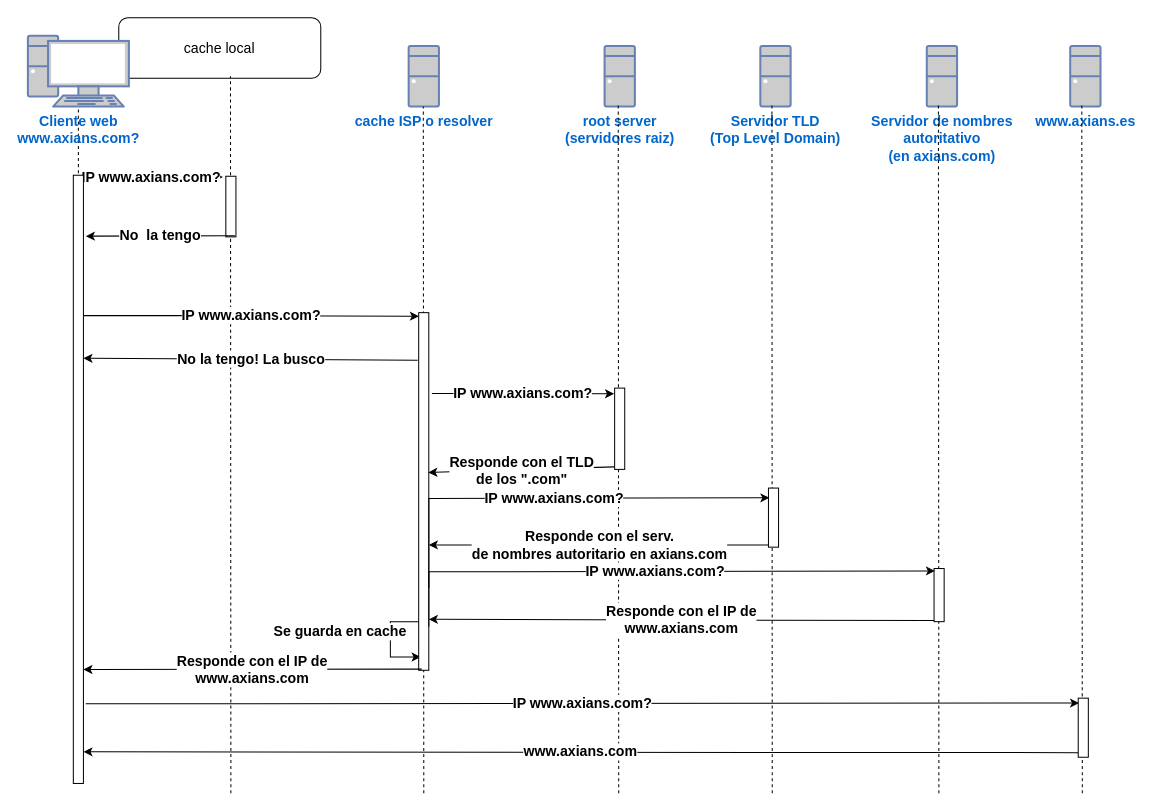
danielzamo/trunk.files keeps this draw.io diagram as dns.query.drawio. Above is the earlier version. Source tidied: cells renumbered, new cells numbered last; positions are measured from the earlier drawing's top-left corner, leaving out a move shared by most shapes. Both pictures are drawn from the tidied source at 101%, with x=0, y=0 at pixel (-226, 17).
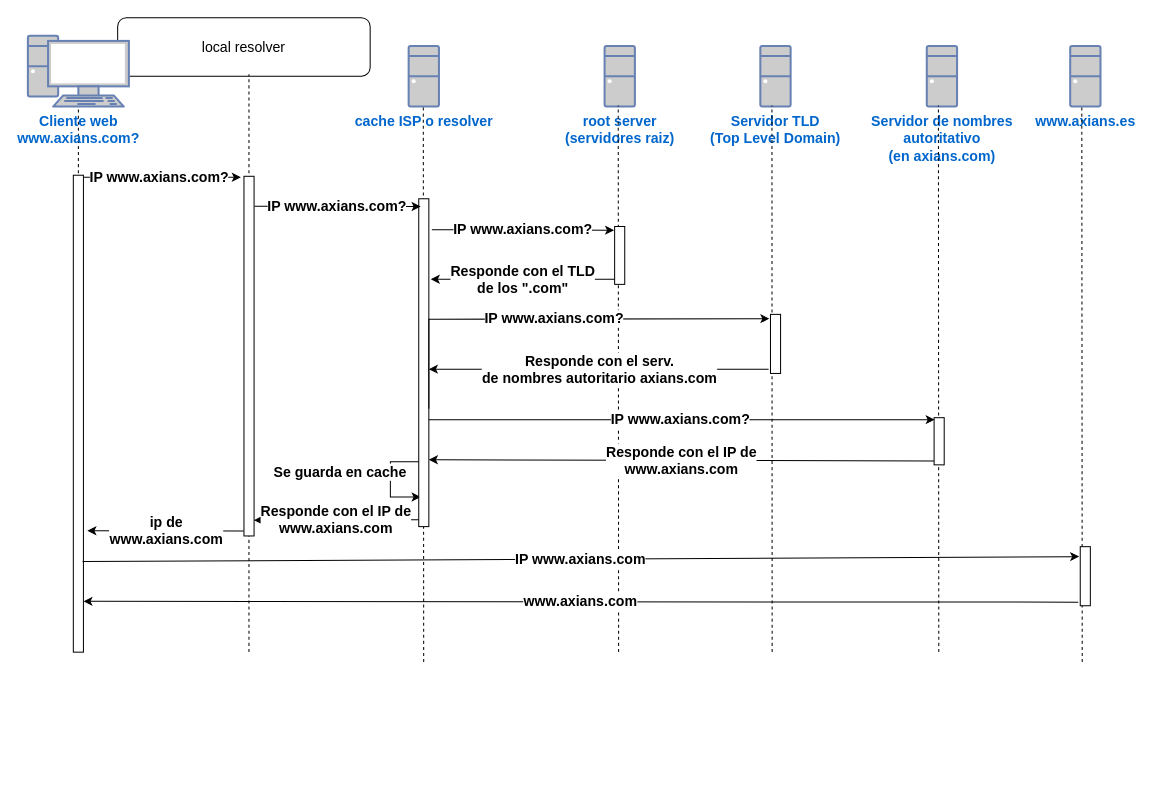
Above is the later version.

Change to the diagram source:
```diff
@@
-    <mxCell id="3" value="cache local" style="rounded=1;whiteSpace=wrap;html=1;fontSize=14;" parent="1" vertex="1">
-      <mxGeometry x="341.1" width="200" height="60" as="geometry" />
+    <mxCell id="3" value="local resolver" style="rounded=1;whiteSpace=wrap;html=1;fontSize=14;" parent="1" vertex="1">
+      <mxGeometry x="340" width="250" height="58" as="geometry" />
     </mxCell>
@@
-    <mxCell id="5" style="endArrow=none;dashed=1;html=1;entryX=0.553;entryY=0.967;entryDx=0;entryDy=0;entryPerimeter=0;" parent="1" edge="1" target="3">
+    <mxCell id="5" style="endArrow=none;dashed=1;html=1;" parent="1" edge="1">
       <mxGeometry relative="1" as="geometry">
-        <mxPoint x="452.1" y="768" as="sourcePoint" />
+        <mxPoint x="470" y="628" as="sourcePoint" />
+        <mxPoint x="470" y="56" as="targetPoint" />
       </mxGeometry>
     </mxCell>
     <mxCell id="6" style="endArrow=none;dashed=1;html=1;" parent="1" edge="1">
       <mxGeometry relative="1" as="geometry">
-        <mxPoint x="643.1" y="768" as="sourcePoint" />
+        <mxPoint x="643" y="638" as="sourcePoint" />
         <mxPoint x="642.6" y="88" as="targetPoint" />
       </mxGeometry>
     </mxCell>
-    <mxCell id="7" value="IP www.axians.com?" style="endArrow=classic;html=1;entryX=0.987;entryY=-0.286;entryDx=0;entryDy=0;entryPerimeter=0;fontStyle=1;fontSize=14;" parent="1" edge="1" target="8">
+    <mxCell id="7" value="IP www.axians.com?" style="endArrow=classic;html=1;fontStyle=1;fontSize=14;" parent="1" edge="1">
       <mxGeometry relative="1" as="geometry">
         <mxPoint x="301.1" y="158" as="sourcePoint" />
+        <mxPoint x="462" y="158" as="targetPoint" />
       </mxGeometry>
     </mxCell>
     <mxCell id="8" style="rounded=0;whiteSpace=wrap;html=1;rotation=-90;" parent="1" vertex="1">
-      <mxGeometry x="422.1" y="182" width="60" height="10" as="geometry" />
+      <mxGeometry x="292" y="330.1" width="356.1" height="10" as="geometry" />
     </mxCell>
-    <mxCell id="9" value="No&amp;nbsp; la tengo" style="endArrow=classic;html=1;exitX=0;exitY=0;exitDx=0;exitDy=0;entryX=0.827;entryY=1.238;entryDx=0;entryDy=0;entryPerimeter=0;fontStyle=1;fontSize=14;" parent="1" edge="1">
+    <mxCell id="9" value="ip de&lt;br&gt;www.axians.com" style="endArrow=classic;html=1;fontStyle=1;fontSize=14;exitX=0.014;exitY=-0.029;exitDx=0;exitDy=0;exitPerimeter=0;" parent="1" edge="1" source="8">
       <mxGeometry relative="1" as="geometry">
-        <mxPoint x="456.1" y="216" as="sourcePoint" />
-        <mxPoint x="308.5" y="216.3" as="targetPoint" />
+        <mxPoint x="310" y="508" as="targetPoint" />
       </mxGeometry>
     </mxCell>
-    <mxCell id="10" value="IP www.axians.com?" style="edgeStyle=orthogonalEdgeStyle;rounded=0;jettySize=auto;html=1;exitX=0;exitY=1;exitDx=0;exitDy=0;entryX=0.99;entryY=0.026;entryDx=0;entryDy=0;entryPerimeter=0;fontStyle=1;fontSize=14;" parent="1" edge="1" target="13">
-      <mxGeometry relative="1" as="geometry">
-        <mxPoint x="306.1" y="294" as="sourcePoint" />
-        <Array as="points">
-          <mxPoint x="306.1" y="295" />
-          <mxPoint x="401.1" y="295" />
-        </Array>
-      </mxGeometry>
-    </mxCell>
     <mxCell id="11" style="rounded=0;whiteSpace=wrap;html=1;rotation=-90;" parent="1" vertex="1">
-      <mxGeometry y="452.1" width="602.2" height="10" as="geometry" />
+      <mxGeometry x="65" y="387.1" width="472.2" height="10" as="geometry" />
     </mxCell>
     <mxCell id="12" value="Se guarda en cache" style="edgeStyle=orthogonalEdgeStyle;rounded=0;orthogonalLoop=1;jettySize=auto;html=1;fontSize=14;fontStyle=1;" parent="1" edge="1">
       <mxGeometry x="-0.16" y="-50" relative="1" as="geometry">
-        <mxPoint x="640" y="598" as="sourcePoint" />
-        <mxPoint x="640" y="633" as="targetPoint" />
+        <mxPoint x="640" y="439.6" as="sourcePoint" />
+        <mxPoint x="640" y="474.6" as="targetPoint" />
         <Array as="points">
-          <mxPoint x="610" y="598" />
-          <mxPoint x="610" y="633" />
+          <mxPoint x="610" y="439.6" />
+          <mxPoint x="610" y="474.6" />
         </Array>
       </mxGeometry>
     </mxCell>
     <mxCell id="13" style="rounded=0;whiteSpace=wrap;html=1;rotation=-90;" parent="1" vertex="1">
-      <mxGeometry x="466" y="464.1" width="354.1" height="10" as="geometry" />
+      <mxGeometry x="480.8" y="336.6" width="324.6" height="10" as="geometry" />
     </mxCell>
-    <mxCell id="14" value="No la tengo! La busco" style="endArrow=classic;html=1;exitX=0.867;exitY=-0.101;exitDx=0;exitDy=0;exitPerimeter=0;entryX=0.699;entryY=0.999;entryDx=0;entryDy=0;entryPerimeter=0;fontStyle=1;fontSize=14;" parent="1" edge="1" source="13" target="11">
-      <mxGeometry relative="1" as="geometry" />
-    </mxCell>
-    <mxCell id="15" value="IP www.axians.com?" style="edgeStyle=orthogonalEdgeStyle;rounded=0;jettySize=auto;html=1;entryX=0.93;entryY=-0.058;entryDx=0;entryDy=0;entryPerimeter=0;fontStyle=1;fontSize=14;" parent="1" edge="1" target="18">
+    <mxCell id="15" value="IP www.axians.com?" style="edgeStyle=orthogonalEdgeStyle;rounded=0;orthogonalLoop=1;jettySize=auto;html=1;entryX=0.93;entryY=-0.058;entryDx=0;entryDy=0;entryPerimeter=0;fontStyle=1;fontSize=14;" parent="1" edge="1">
       <mxGeometry relative="1" as="geometry">
-        <mxPoint x="651.1" y="372" as="sourcePoint" />
+        <mxPoint x="651.1" y="210" as="sourcePoint" />
+        <mxPoint x="831.5" y="210.4" as="targetPoint" />
         <Array as="points">
-          <mxPoint x="736.1" y="372" />
+          <mxPoint x="736.1" y="210" />
         </Array>
       </mxGeometry>
     </mxCell>
@@
     <mxCell id="17" style="endArrow=none;dashed=1;html=1;" parent="1" edge="1">
       <mxGeometry relative="1" as="geometry">
-        <mxPoint x="836.1" y="768" as="sourcePoint" />
+        <mxPoint x="836" y="628" as="sourcePoint" />
         <mxPoint x="835.6" y="87" as="targetPoint" />
       </mxGeometry>
     </mxCell>
     <mxCell id="18" style="rounded=0;whiteSpace=wrap;html=1;rotation=-90;" parent="1" vertex="1">
-      <mxGeometry x="796.8" y="402" width="80.5" height="10" as="geometry" />
+      <mxGeometry x="808.4" y="230.4" width="57.3" height="10" as="geometry" />
     </mxCell>
-    <mxCell id="19" value="Responde con el TLD &lt;br style=&quot;font-size: 14px;&quot;&gt;de los &quot;.com&quot;" style="endArrow=classic;html=1;exitX=0.031;exitY=-0.058;exitDx=0;exitDy=0;exitPerimeter=0;entryX=0.553;entryY=0.951;entryDx=0;entryDy=0;entryPerimeter=0;fontStyle=1;fontSize=14;" parent="1" edge="1" source="18" target="13">
-      <mxGeometry relative="1" as="geometry" />
+    <mxCell id="19" value="Responde con el TLD &lt;br style=&quot;font-size: 14px;&quot;&gt;de los &quot;.com&quot;" style="endArrow=classic;html=1;fontStyle=1;fontSize=14;" parent="1" edge="1">
+      <mxGeometry relative="1" as="geometry">
+        <mxPoint x="832" y="259" as="sourcePoint" />
+        <mxPoint x="650" y="259" as="targetPoint" />
+      </mxGeometry>
     </mxCell>
@@
     <mxCell id="21" style="endArrow=none;dashed=1;html=1;" parent="1" edge="1">
       <mxGeometry relative="1" as="geometry">
-        <mxPoint x="988.1" y="768" as="sourcePoint" />
+        <mxPoint x="988" y="628" as="sourcePoint" />
         <mxPoint x="987.8" y="87" as="targetPoint" />
       </mxGeometry>
     </mxCell>
     <mxCell id="22" style="rounded=0;whiteSpace=wrap;html=1;rotation=-90;" parent="1" vertex="1">
-      <mxGeometry x="960.1" y="490" width="58.5" height="10" as="geometry" />
+      <mxGeometry x="962.1" y="318" width="58.5" height="10" as="geometry" />
     </mxCell>
     <mxCell id="23" value="IP www.axians.com?" style="edgeStyle=orthogonalEdgeStyle;rounded=0;orthogonalLoop=1;jettySize=auto;html=1;entryX=0.955;entryY=0.095;entryDx=0;entryDy=0;entryPerimeter=0;exitX=0.25;exitY=1;exitDx=0;exitDy=0;fontStyle=1;fontSize=14;" parent="1" edge="1">
       <mxGeometry relative="1" as="geometry">
-        <mxPoint x="648.1" y="564.6" as="sourcePoint" />
-        <mxPoint x="985.3" y="475.4" as="targetPoint" />
+        <mxPoint x="648.1" y="387.2" as="sourcePoint" />
+        <mxPoint x="985.3" y="298" as="targetPoint" />
         <Array as="points">
-          <mxPoint x="648.1" y="476" />
-          <mxPoint x="651.1" y="476" />
+          <mxPoint x="648.1" y="298.6" />
+          <mxPoint x="651.1" y="298.6" />
         </Array>
       </mxGeometry>
     </mxCell>
-    <mxCell id="24" value="Responde con el serv.&lt;br style=&quot;font-size: 14px;&quot;&gt;de nombres autoritario en axians.com" style="endArrow=classic;html=1;exitX=0.031;exitY=-0.058;exitDx=0;exitDy=0;exitPerimeter=0;fontStyle=1;fontSize=14;" parent="1" edge="1">
+    <mxCell id="24" value="Responde con el serv.&lt;br style=&quot;font-size: 14px&quot;&gt;de nombres autoritario axians.com" style="endArrow=classic;html=1;exitX=0.031;exitY=-0.058;exitDx=0;exitDy=0;exitPerimeter=0;fontStyle=1;fontSize=14;" parent="1" edge="1">
       <mxGeometry relative="1" as="geometry">
-        <mxPoint x="984.5" y="522" as="sourcePoint" />
-        <mxPoint x="648.1" y="522" as="targetPoint" />
+        <mxPoint x="984.5" y="348" as="sourcePoint" />
+        <mxPoint x="648.1" y="348" as="targetPoint" />
       </mxGeometry>
     </mxCell>
@@
     <mxCell id="26" style="endArrow=none;dashed=1;html=1;" parent="1" edge="1">
       <mxGeometry relative="1" as="geometry">
-        <mxPoint x="1153.1" y="768" as="sourcePoint" />
+        <mxPoint x="1153" y="628" as="sourcePoint" />
         <mxPoint x="1152.6" y="87" as="targetPoint" />
       </mxGeometry>
     </mxCell>
     <mxCell id="27" style="rounded=0;whiteSpace=wrap;html=1;rotation=-90;" parent="1" vertex="1">
-      <mxGeometry x="1127" y="566.7" width="52.6" height="10" as="geometry" />
+      <mxGeometry x="1130" y="414.4" width="46.7" height="10" as="geometry" />
     </mxCell>
-    <mxCell id="28" value="IP www.axians.com?" style="edgeStyle=orthogonalEdgeStyle;rounded=0;jettySize=auto;html=1;entryX=0.955;entryY=0.095;entryDx=0;entryDy=0;entryPerimeter=0;exitX=0.25;exitY=1;exitDx=0;exitDy=0;fontSize=14;fontStyle=1;" parent="1" edge="1" target="27">
+    <mxCell id="28" value="IP www.axians.com?" style="edgeStyle=orthogonalEdgeStyle;rounded=0;orthogonalLoop=1;jettySize=auto;html=1;fontSize=14;fontStyle=1;" parent="1" edge="1">
       <mxGeometry relative="1" as="geometry">
-        <mxPoint x="648.1" y="602.7" as="sourcePoint" />
+        <mxPoint x="651" y="398" as="sourcePoint" />
+        <mxPoint x="1149" y="398" as="targetPoint" />
         <Array as="points">
-          <mxPoint x="648.1" y="548.6" />
-          <mxPoint x="651.1" y="548.6" />
+          <mxPoint x="648.1" y="398.6" />
+          <mxPoint x="651.1" y="398.6" />
         </Array>
       </mxGeometry>
     </mxCell>
     <mxCell id="29" value="Responde con el IP de&lt;br style=&quot;font-size: 14px;&quot;&gt;www.axians.com" style="endArrow=classic;html=1;exitX=0;exitY=0;exitDx=0;exitDy=0;entryX=0.25;entryY=1;entryDx=0;entryDy=0;fontStyle=1;fontSize=14;" parent="1" edge="1">
       <mxGeometry relative="1" as="geometry">
-        <mxPoint x="1148.3" y="596.9" as="sourcePoint" />
-        <mxPoint x="648.1" y="595.7" as="targetPoint" />
+        <mxPoint x="1148.3" y="438.9" as="sourcePoint" />
+        <mxPoint x="648.1" y="437.7" as="targetPoint" />
       </mxGeometry>
     </mxCell>
-    <mxCell id="30" value="Responde con el IP de&lt;br style=&quot;font-size: 14px;&quot;&gt;www.axians.com" style="endArrow=classic;html=1;entryX=0.204;entryY=0.999;entryDx=0;entryDy=0;entryPerimeter=0;fontStyle=1;fontSize=14;" parent="1" edge="1">
+    <mxCell id="30" value="Responde con el IP de&lt;br style=&quot;font-size: 14px;&quot;&gt;www.axians.com" style="endArrow=classic;html=1;fontStyle=1;fontSize=14;entryX=0.044;entryY=0.98;entryDx=0;entryDy=0;entryPerimeter=0;" parent="1" edge="1" target="8">
       <mxGeometry relative="1" as="geometry">
-        <mxPoint x="641.1" y="645" as="sourcePoint" />
-        <mxPoint x="306.1" y="645.4" as="targetPoint" />
+        <mxPoint x="638.1" y="497" as="sourcePoint" />
       </mxGeometry>
     </mxCell>
@@
     <mxCell id="32" style="endArrow=none;dashed=1;html=1;" parent="1" edge="1">
       <mxGeometry relative="1" as="geometry">
-        <mxPoint x="1295.1" y="768" as="sourcePoint" />
+        <mxPoint x="1295" y="638" as="sourcePoint" />
         <mxPoint x="1294.6" y="87" as="targetPoint" />
       </mxGeometry>
     </mxCell>
-    <mxCell id="33" value="IP www.axians.com?" style="endArrow=classic;html=1;entryX=0.917;entryY=0.086;entryDx=0;entryDy=0;entryPerimeter=0;exitX=0.131;exitY=1.237;exitDx=0;exitDy=0;exitPerimeter=0;fontStyle=1;fontSize=14;" parent="1" edge="1" source="11" target="34">
-      <mxGeometry relative="1" as="geometry" />
+    <mxCell id="33" value="IP www.axians.com" style="endArrow=classic;html=1;entryX=0.917;entryY=0.086;entryDx=0;entryDy=0;entryPerimeter=0;fontStyle=1;fontSize=14;exitX=0.19;exitY=0.914;exitDx=0;exitDy=0;exitPerimeter=0;" parent="1" edge="1" source="11">
+      <mxGeometry relative="1" as="geometry">
+        <mxPoint x="1292" y="533.6" as="targetPoint" />
+      </mxGeometry>
     </mxCell>
     <mxCell id="34" style="rounded=0;whiteSpace=wrap;html=1;rotation=-90;" parent="1" vertex="1">
-      <mxGeometry x="1266.8" y="698" width="58.5" height="10" as="geometry" />
+      <mxGeometry x="1268.8" y="548" width="58.5" height="10" as="geometry" />
     </mxCell>
-    <mxCell id="35" value="www.axians.com" style="endArrow=none;html=1;exitX=0.052;exitY=0.999;exitDx=0;exitDy=0;exitPerimeter=0;endFill=0;startArrow=classic;startFill=1;entryX=0.078;entryY=-0.007;entryDx=0;entryDy=0;entryPerimeter=0;fontStyle=1;fontSize=14;" parent="1" edge="1" source="11" target="34">
-      <mxGeometry relative="1" as="geometry" />
+    <mxCell id="35" value="www.axians.com" style="endArrow=none;html=1;exitX=0.052;exitY=0.999;exitDx=0;exitDy=0;exitPerimeter=0;endFill=0;startArrow=classic;startFill=1;entryX=0.078;entryY=-0.007;entryDx=0;entryDy=0;entryPerimeter=0;fontStyle=1;fontSize=14;" parent="1" edge="1">
+      <mxGeometry relative="1" as="geometry">
+        <mxPoint x="306.1" y="577.9" as="sourcePoint" />
+        <mxPoint x="1291" y="578.7" as="targetPoint" />
+      </mxGeometry>
     </mxCell>
@@
+    <mxCell id="10" value="IP www.axians.com?" style="endArrow=classic;html=1;exitX=0.856;exitY=1.03;exitDx=0;exitDy=0;exitPerimeter=0;fontSize=14;fontStyle=1;" parent="1" edge="1">
+      <mxGeometry relative="1" as="geometry">
+        <mxPoint x="475.4" y="186.7" as="sourcePoint" />
+        <mxPoint x="640" y="187" as="targetPoint" />
+      </mxGeometry>
+    </mxCell>
```
